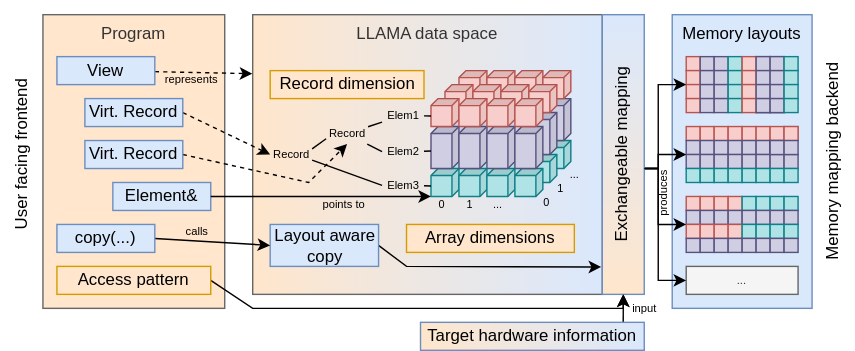
Before: docs/images/concept.svg, a diagram exported from draw.io (alpaka-group/llama). Source tidied: cells renumbered, new cells last; positions are measured from the earlier drawing's top-left corner, leaving out a move shared by most shapes.
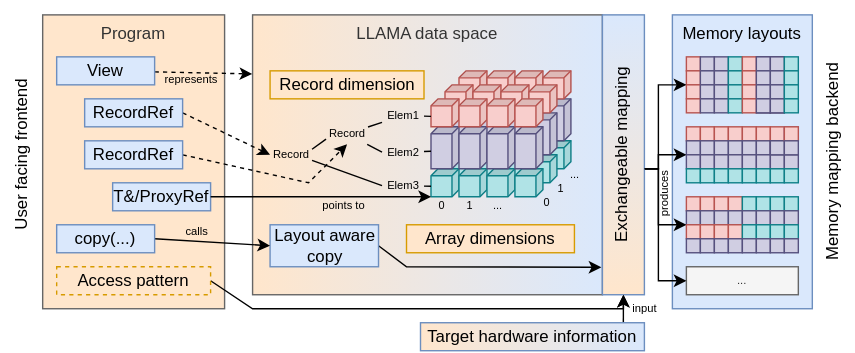
Later version of the same file.

Commit message:
Update concept and overview figures to latest changes

What changed in the source:
```diff
@@ -34,7 +34,7 @@
     <mxCell id="11" style="edgeStyle=none;rounded=0;jettySize=auto;html=1;entryX=0;entryY=0.5;entryDx=0;entryDy=0;endArrow=classic;endFill=1;exitX=1;exitY=0.5;exitDx=0;exitDy=0;dashed=1;" parent="1" edge="1" source="12" target="69">
       <mxGeometry relative="1" as="geometry" />
     </mxCell>
-    <mxCell id="12" value="Virt. Record" style="rounded=0;whiteSpace=wrap;html=1;fillColor=#dae8fc;strokeColor=#6c8ebf;" parent="1" vertex="1">
+    <mxCell id="12" value="RecordRef" style="rounded=0;whiteSpace=wrap;html=1;fillColor=#dae8fc;strokeColor=#6c8ebf;" parent="1" vertex="1">
       <mxGeometry x="60" y="70" width="70" height="20" as="geometry" />
     </mxCell>
     <mxCell id="13" style="edgeStyle=none;rounded=0;jettySize=auto;html=1;entryX=0.5;entryY=1;entryDx=0;entryDy=0;endArrow=classic;endFill=1;exitX=1;exitY=0.5;exitDx=0;exitDy=0;dashed=1;" parent="1" edge="1" source="14" target="60">
@@ -44,10 +44,10 @@
         </Array>
       </mxGeometry>
     </mxCell>
-    <mxCell id="14" value="Virt. Record" style="rounded=0;whiteSpace=wrap;html=1;fillColor=#dae8fc;strokeColor=#6c8ebf;" parent="1" vertex="1">
+    <mxCell id="14" value="RecordRef" style="rounded=0;whiteSpace=wrap;html=1;fillColor=#dae8fc;strokeColor=#6c8ebf;" parent="1" vertex="1">
       <mxGeometry x="60" y="100" width="70" height="20" as="geometry" />
     </mxCell>
-    <mxCell id="15" value="Element&amp;amp;" style="rounded=0;whiteSpace=wrap;html=1;fillColor=#dae8fc;strokeColor=#6c8ebf;" parent="1" vertex="1">
+    <mxCell id="15" value="T&amp;amp;/ProxyRef" style="rounded=0;whiteSpace=wrap;html=1;fillColor=#dae8fc;strokeColor=#6c8ebf;" parent="1" vertex="1">
       <mxGeometry x="80" y="130" width="70" height="20" as="geometry" />
     </mxCell>
     <mxCell id="16" style="shape=cube;whiteSpace=wrap;html=1;boundedLbl=1;backgroundOutline=1;darkOpacity=0.05;darkOpacity2=0.1;labelBackgroundColor=#ffffff;fontSize=7.8;align=left;size=5;rotation=90;fillColor=#b0e3e6;strokeColor=#0e8088;" parent="1" vertex="1">
@@ -586,7 +586,7 @@
         </Array>
       </mxGeometry>
     </mxCell>
-    <mxCell id="186" value="Access pattern" style="rounded=0;whiteSpace=wrap;html=1;fillColor=#ffe6cc;strokeColor=#d79b00;glass=0;shadow=0;" parent="1" vertex="1">
+    <mxCell id="186" value="Access pattern" style="rounded=0;whiteSpace=wrap;html=1;fillColor=#ffe6cc;strokeColor=#d79b00;glass=0;shadow=0;dashed=1;" parent="1" vertex="1">
       <mxGeometry x="40" y="190" width="110" height="20" as="geometry" />
     </mxCell>
     <mxCell id="187" value="Exchangeable mapping" style="rounded=0;whiteSpace=wrap;html=1;strokeColor=#6c8ebf;verticalAlign=top;horizontal=0;perimeterSpacing=0;shadow=0;sketch=0;fillColor=#FFE6CC;gradientColor=#DAE8FC;gradientDirection=north;" parent="1" vertex="1">
```
